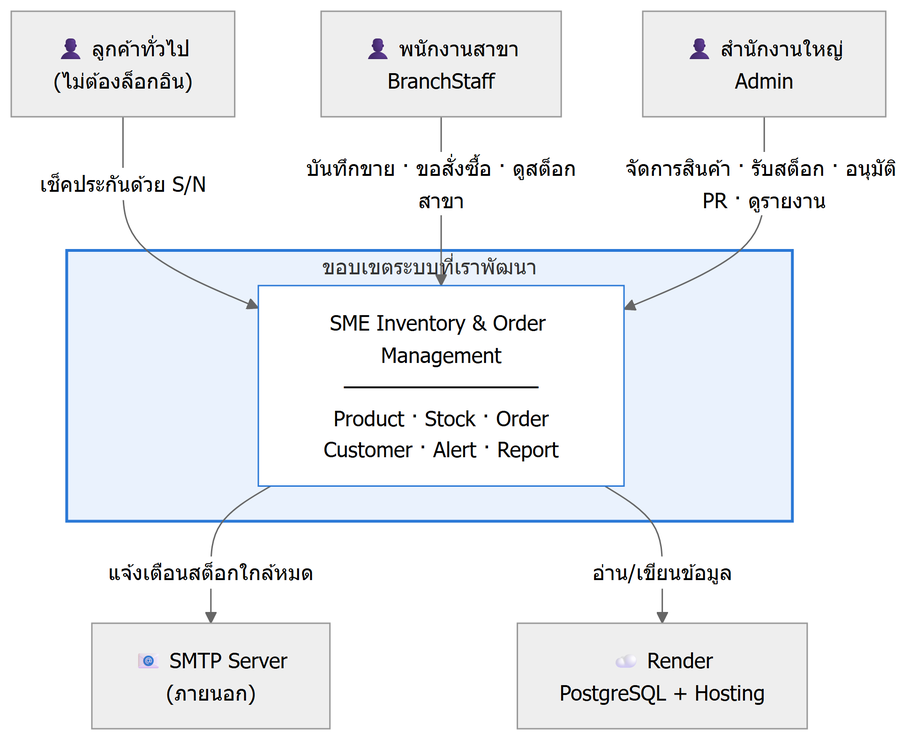
Above: docs/diagrams/01.png in kit-sinlapasa/sme-inventory-system (Mermaid), before the change. Its source is kept beside it as docs/diagrams/01.mmd.
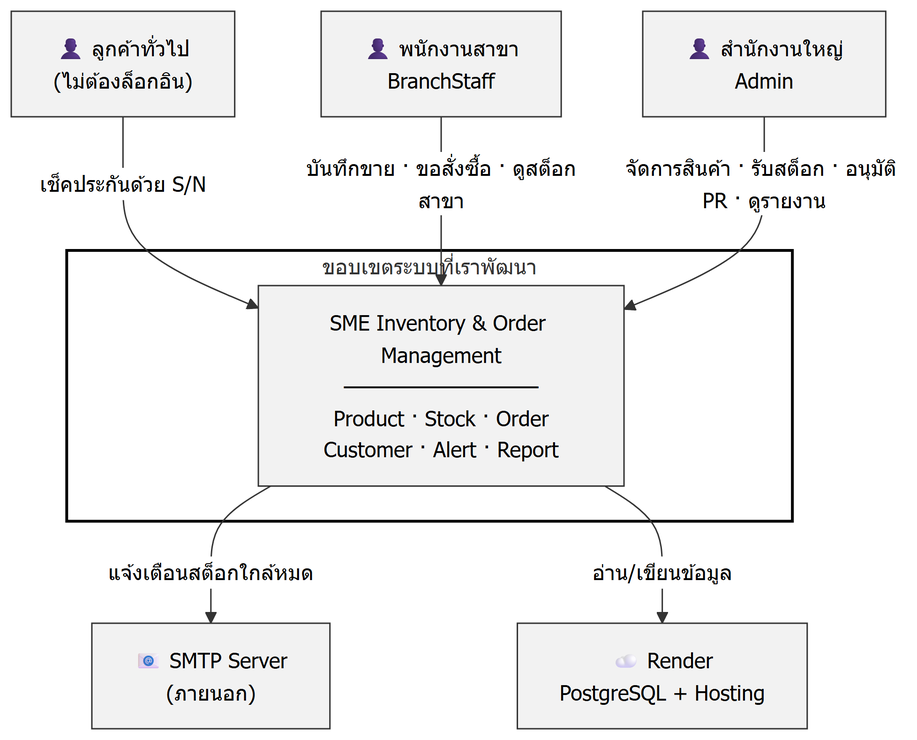
Later version of the same file.

The edit, as a diff of the source:
```diff
@@ -16,5 +16,5 @@
     sys -->|"แจ้งเตือนสต็อกใกล้หมด"| smtp
     sys -->|"อ่าน/เขียนข้อมูล"| render
 
-    style boundary fill:#eaf2fd,stroke:#2a78d6,stroke-width:2px
-    style sys fill:#fff,stroke:#2a78d6
+    style boundary fill:#ffffff,stroke:#000000,stroke-width:2px
+    style sys fill:#f2f2f2,stroke:#333333
```
